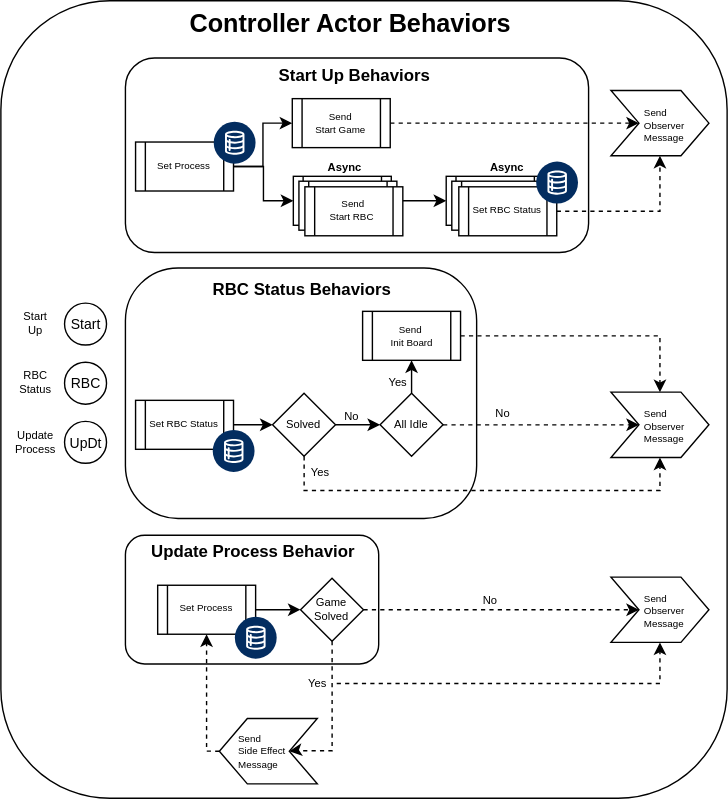
Earlier version of the draw.io export docs/ControllerActor.svg (sunlao/py_sudoku_solver). Source tidied: cells renumbered, new cells last; positions are measured from the earlier drawing's top-left corner, leaving out a move shared by most shapes.
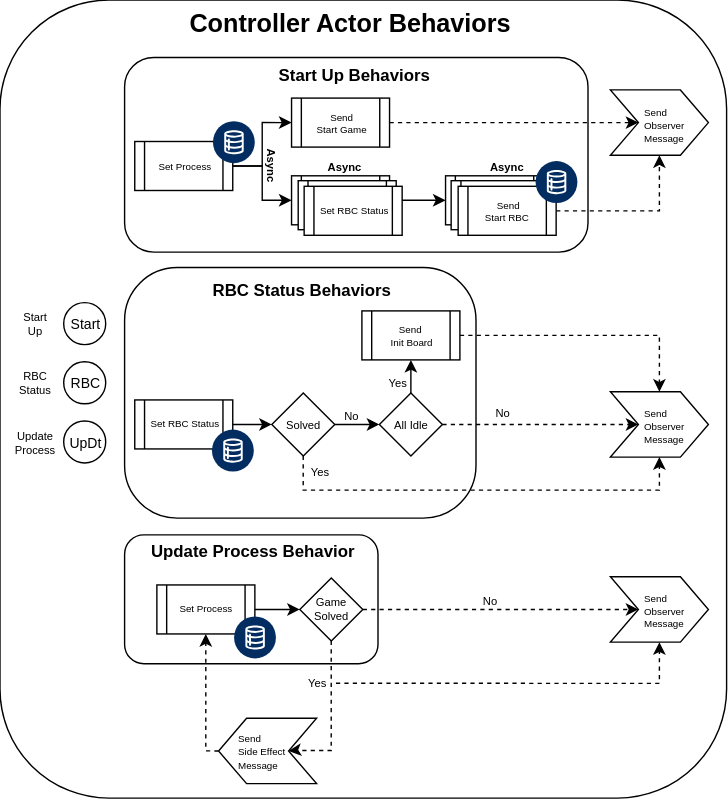
The same file after the commit.

Diff of the diagram source:
```diff
@@ -148,12 +148,12 @@
       <mxGeometry relative="1" as="geometry" />
     </mxCell>
     <mxCell id="48" style="shape=process;whiteSpace=wrap;html=1;backgroundOutline=1;fontSize=7;" parent="1" vertex="1">
-      <mxGeometry x="209" y="125.5" width="70" height="35" as="geometry" />
+      <mxGeometry x="208.2" y="125.5" width="70" height="35" as="geometry" />
     </mxCell>
     <mxCell id="49" style="shape=process;whiteSpace=wrap;html=1;backgroundOutline=1;fontSize=7;" parent="1" vertex="1">
       <mxGeometry x="213" y="129" width="70" height="35" as="geometry" />
     </mxCell>
-    <mxCell id="50" value="Send &lt;br&gt;Start RBC&amp;nbsp;" style="shape=process;whiteSpace=wrap;html=1;backgroundOutline=1;fontSize=7;" parent="1" vertex="1">
+    <mxCell id="50" value="Set RBC Status" style="shape=process;whiteSpace=wrap;html=1;backgroundOutline=1;fontSize=7;" parent="1" vertex="1">
       <mxGeometry x="217.2" y="133" width="70" height="35" as="geometry" />
     </mxCell>
     <mxCell id="51" style="shape=process;whiteSpace=wrap;html=1;backgroundOutline=1;fontSize=7;" parent="1" vertex="1">
@@ -162,7 +162,7 @@
     <mxCell id="52" style="shape=process;whiteSpace=wrap;html=1;backgroundOutline=1;fontSize=7;" parent="1" vertex="1">
       <mxGeometry x="322.2" y="129" width="70" height="35" as="geometry" />
     </mxCell>
-    <mxCell id="53" value="Set RBC Status" style="shape=process;whiteSpace=wrap;html=1;backgroundOutline=1;fontSize=7;" parent="1" vertex="1">
+    <mxCell id="53" value="Send&lt;br&gt;Start RBC&amp;nbsp;" style="shape=process;whiteSpace=wrap;html=1;backgroundOutline=1;fontSize=7;" parent="1" vertex="1">
       <mxGeometry x="327.2" y="133" width="70" height="35" as="geometry" />
     </mxCell>
     <mxCell id="54" style="verticalLabelPosition=bottom;html=1;shape=mxgraph.salesforce.data2;fillColorStyles=fillColor2,fillColor3;fillColor2=#032d60;fillColor3=#ffffff;fillColor=none;strokeColor=none;" parent="1" vertex="1">
@@ -206,5 +206,8 @@
     <mxCell id="62" value="&lt;div style=&quot;line-height: 70%; padding-left: 24px;&quot;&gt;&lt;font style=&quot;font-size: 7px; line-height: 70%;&quot;&gt;Send&amp;nbsp;&lt;/font&gt;&lt;div&gt;&lt;span style=&quot;font-size: 7px; background-color: transparent; color: light-dark(rgb(0, 0, 0), rgb(255, 255, 255));&quot;&gt;Side Effect&lt;/span&gt;&lt;/div&gt;&lt;div&gt;&lt;span style=&quot;font-size: 7px; background-color: transparent; color: light-dark(rgb(0, 0, 0), rgb(255, 255, 255));&quot;&gt;Message&lt;/span&gt;&lt;/div&gt;&lt;/div&gt;" style="shape=step;perimeter=stepPerimeter;whiteSpace=wrap;html=1;fixedSize=1;align=left;rotation=0;flipH=1;legacyAnchorPoints=0;spacingRight=3;spacing=-10;" parent="1" vertex="1">
       <mxGeometry x="156.1" y="513" width="70" height="46.7" as="geometry" />
     </mxCell>
+    <mxCell id="63" value="Async" style="text;html=1;whiteSpace=wrap;strokeColor=none;fillColor=none;align=center;verticalAlign=middle;rounded=0;fontSize=8;fontStyle=1;rotation=90;" parent="1" vertex="1">
+      <mxGeometry x="183.2" y="112" width="20" height="12.5" as="geometry" />
+    </mxCell>
   </root>
 </mxGraphModel>
```
